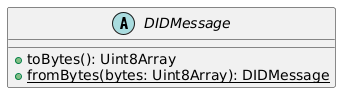
Earlier version of the PlantUML export docs/modules/ROOT/images/did-message-class-diagram.png (Swiss-Digital-Assets-Institute/public-did-sdk-js). Source of this version:
```plantuml
@startuml
abstract class DIDMessage {
  + toBytes(): Uint8Array
  + {static} fromBytes(bytes: Uint8Array): DIDMessage
}
@enduml
```
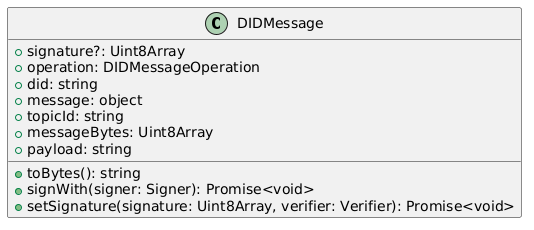
The same diagram one commit later.

Change to the diagram source:
```diff
@@ -1,6 +1,14 @@
 @startuml
-abstract class DIDMessage {
-  + toBytes(): Uint8Array
-  + {static} fromBytes(bytes: Uint8Array): DIDMessage
-}
+class DIDMessage {
+        +signature?: Uint8Array
+        +operation: DIDMessageOperation
+        +did: string
+        +message: object
+        +topicId: string
+        +messageBytes: Uint8Array
+        +payload: string
+        +toBytes(): string
+        +signWith(signer: Signer): Promise<void>
+        +setSignature(signature: Uint8Array, verifier: Verifier): Promise<void>
+    }
 @enduml
```
